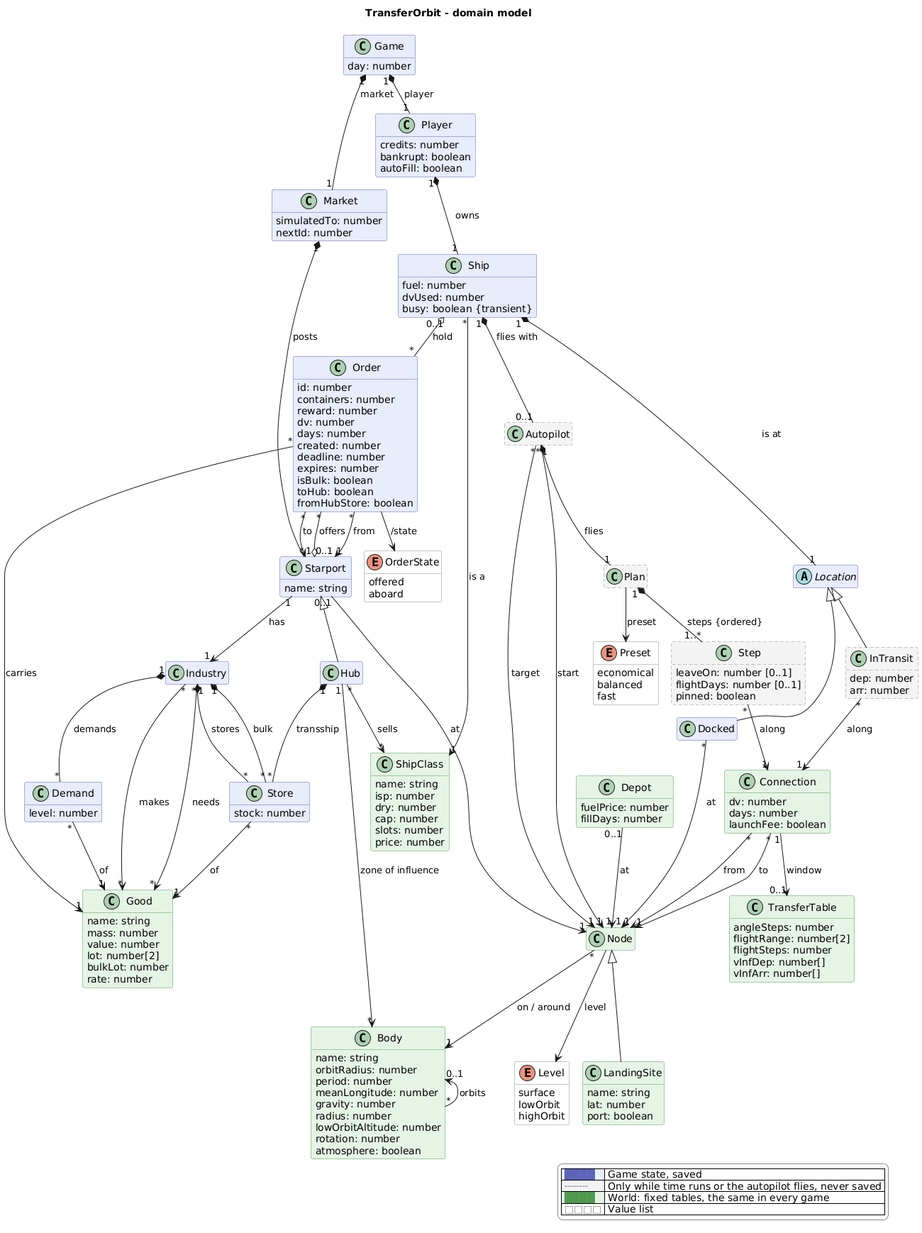
The PlantUML diagram docs/domain-model.png in scuzzar/TransferOrbit, before a commit.
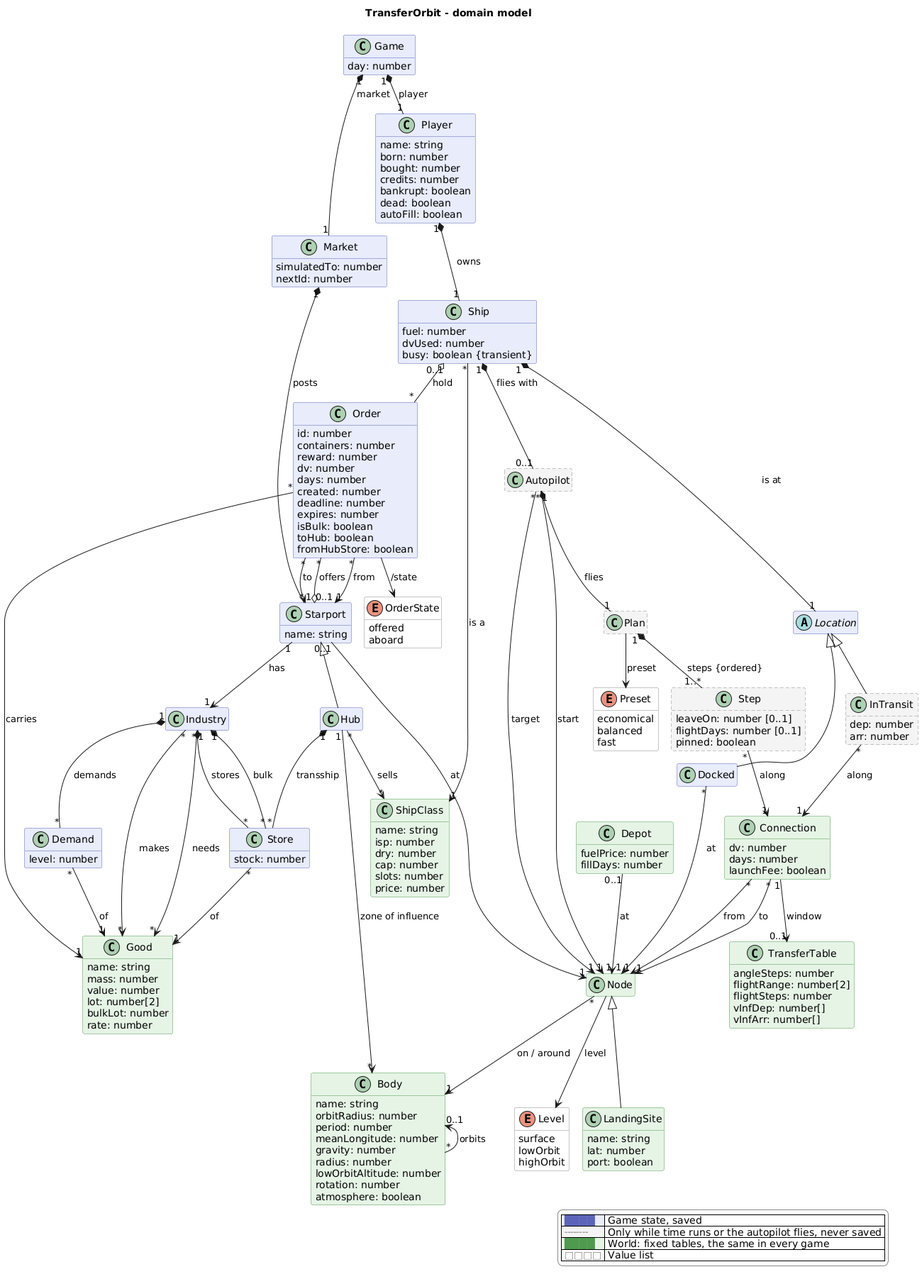
Later version of the same file.

What changed in the source:
```diff
@@ -35,8 +35,12 @@
     day: number
   }
   class Player {
+    name: string
+    born: number
+    bought: number
     credits: number
     bankrupt: boolean
+    dead: boolean
     autoFill: boolean
   }
   class Ship {
```
